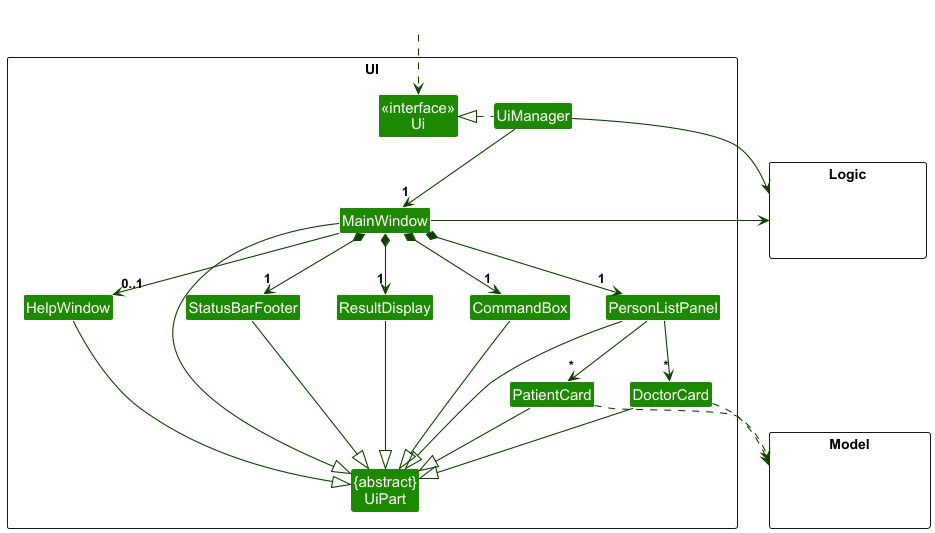
Earlier version of the PlantUML export docs/images/UiClassDiagram.png (nus-cs2103-AY2425S1/tp).
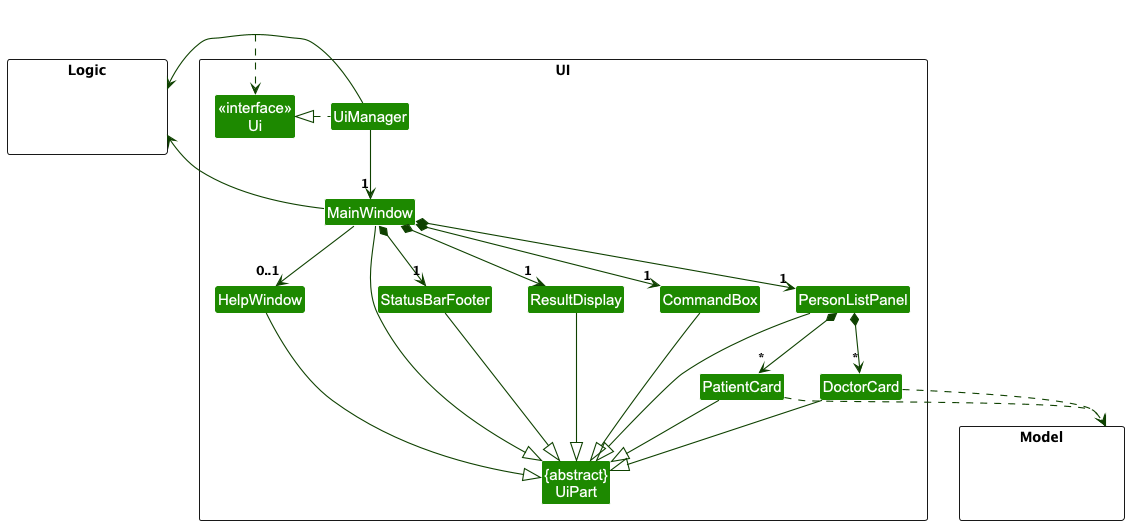
After the commit.

Commit message:
Update UI class diagram

The edit, as a diff of the source:
```diff
@@ -37,8 +37,8 @@
 MainWindow *-down-> "1" StatusBarFooter
 MainWindow --> "0..1" HelpWindow
 
-PersonListPanel -down-> "*" DoctorCard
-PersonListPanel -down-> "*" PatientCard
+PersonListPanel *-down-> "*" DoctorCard
+PersonListPanel *-down-> "*" PatientCard
 
 MainWindow -left-|> UiPart
 
```
